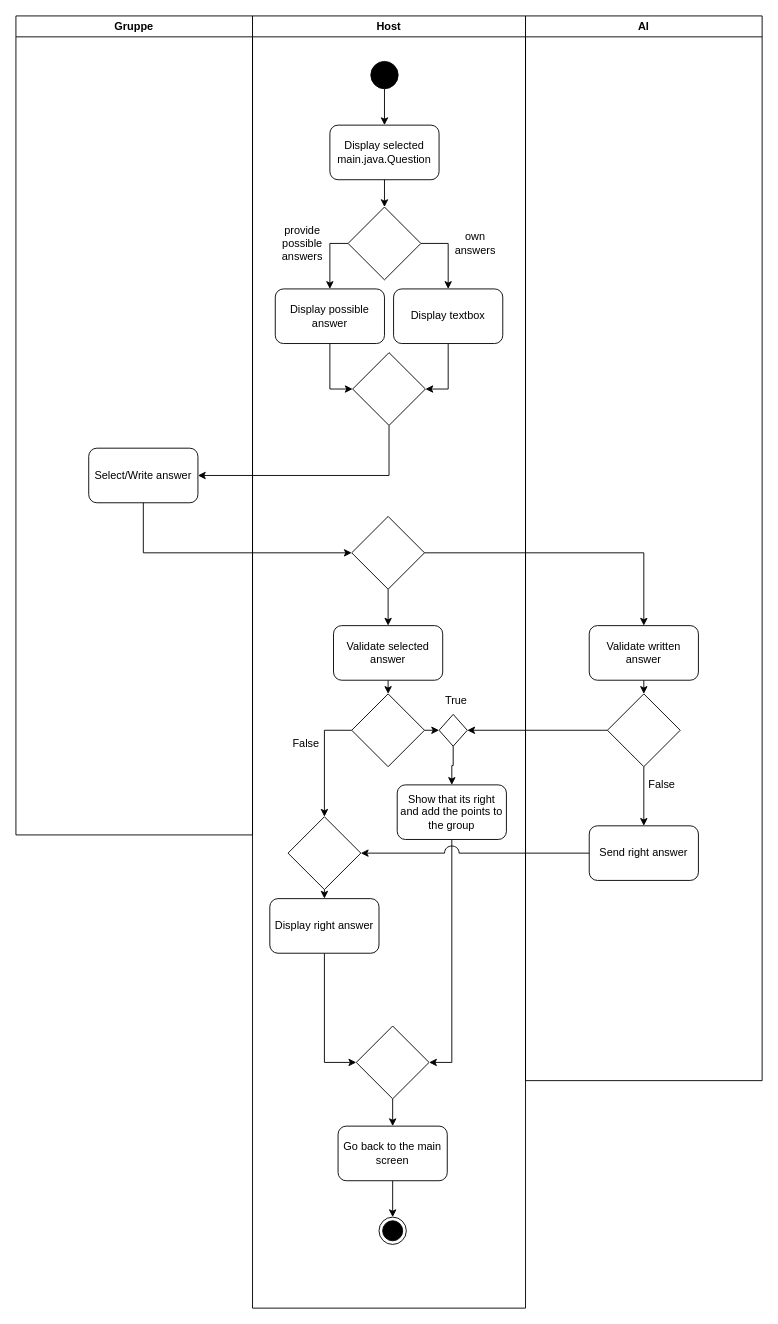
Above: Projektdateien/UML-Aktivitaetdiagramm/Aktivitaetdiagramm_Frage.drawio in Finn-B-DHBW/Der-Grosse-Preis (draw.io), before the change. Source tidied: cells renumbered, new cells numbered last; positions are measured from the earlier drawing's top-left corner, leaving out a move shared by most shapes. Both pictures are drawn from the tidied source at 91%, with x=0, y=0 at pixel (15, 15).
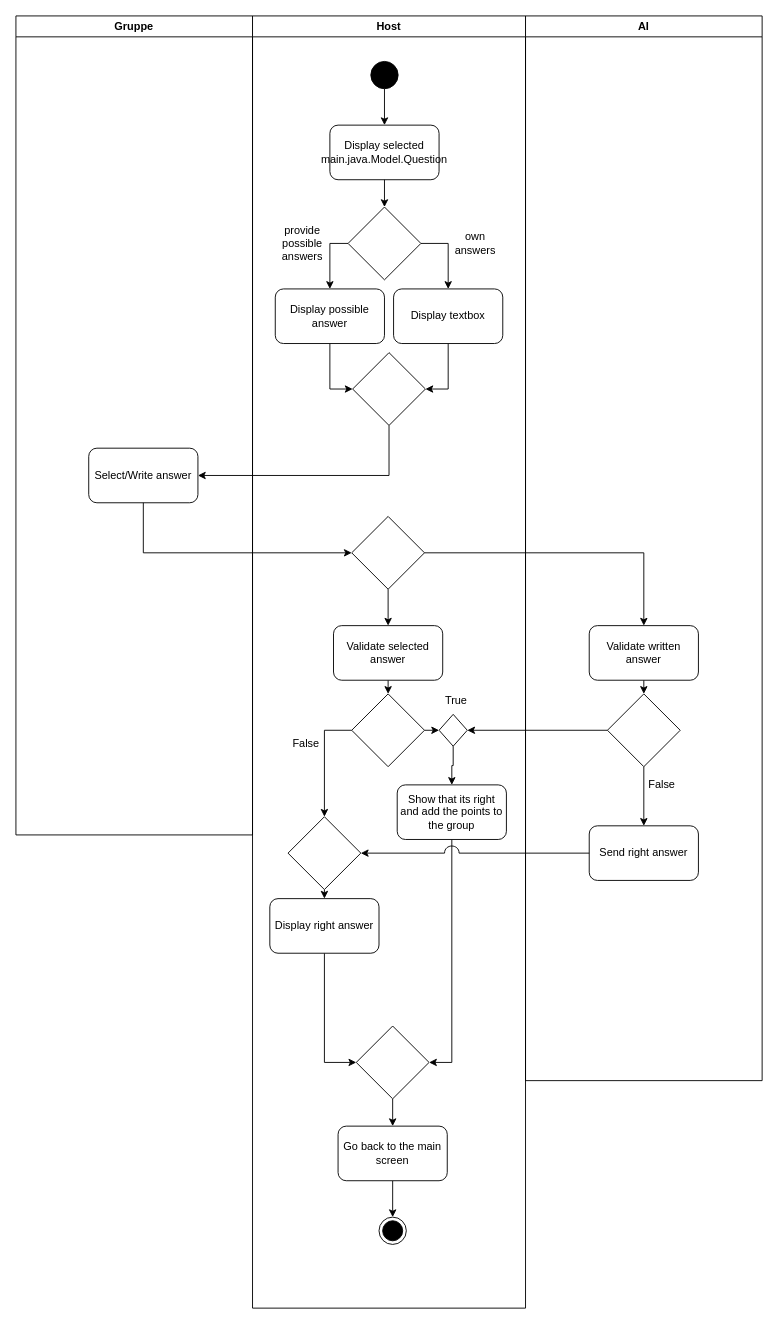
The same diagram, later.

The change refers to these unchanged cells:
```xml
<mxCell id="4" value="Host" style="swimlane;whiteSpace=wrap;html=1;" parent="1" vertex="1">
  <mxGeometry x="260" width="300" height="1420" as="geometry" />
</mxCell>
```

What changed in the source:
```diff
@@
-    <mxCell id="5" value="Display selected main.java.Question" style="rounded=1;whiteSpace=wrap;html=1;" parent="4" vertex="1">
+    <mxCell id="5" value="Display selected main.java.Model.Question" style="rounded=1;whiteSpace=wrap;html=1;" parent="4" vertex="1">
       <mxGeometry x="85" y="120" width="120" height="60" as="geometry" />
     </mxCell>
```
